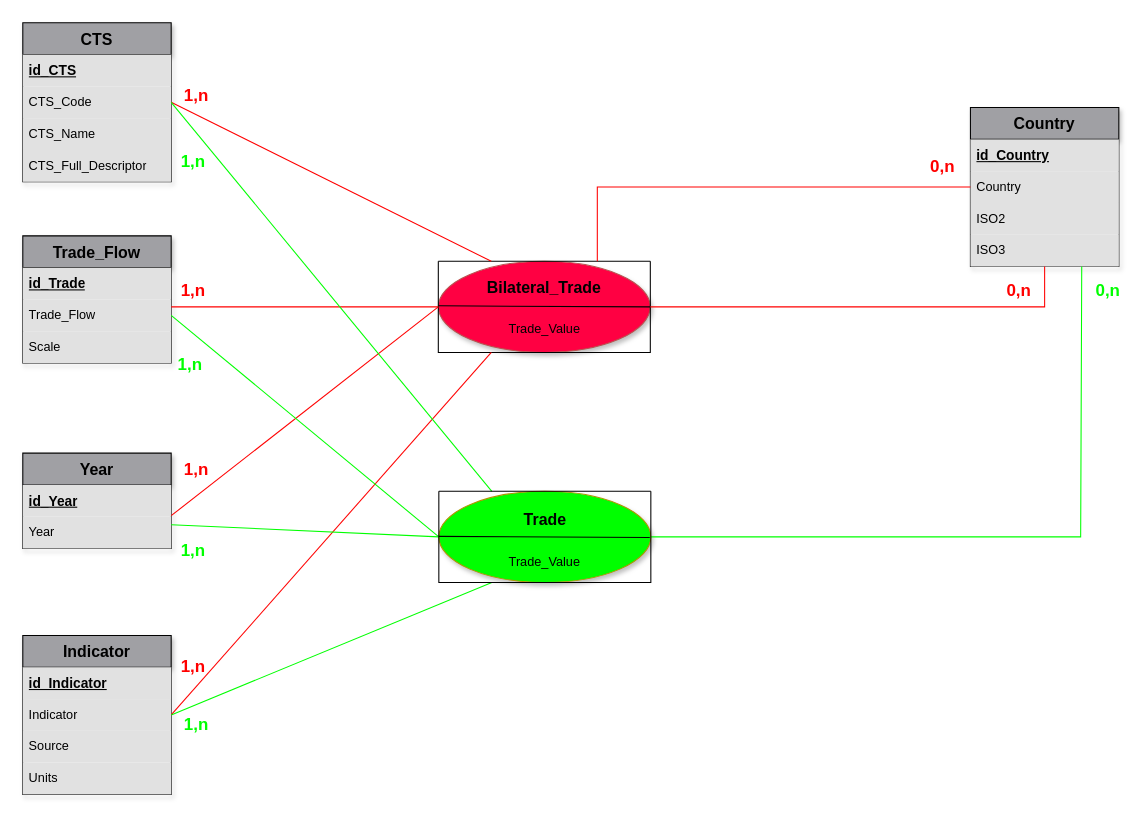
Earlier version of the draw.io diagram schema_ea/schema_EA_final.drawio (Darckens/SAE-S2.01). Source tidied: cells renumbered, new cells numbered last; positions are measured from the earlier drawing's top-left corner, leaving out a move shared by most shapes. Both pictures are drawn from the tidied source at 106%, with x=0, y=0 at pixel (22, 22).
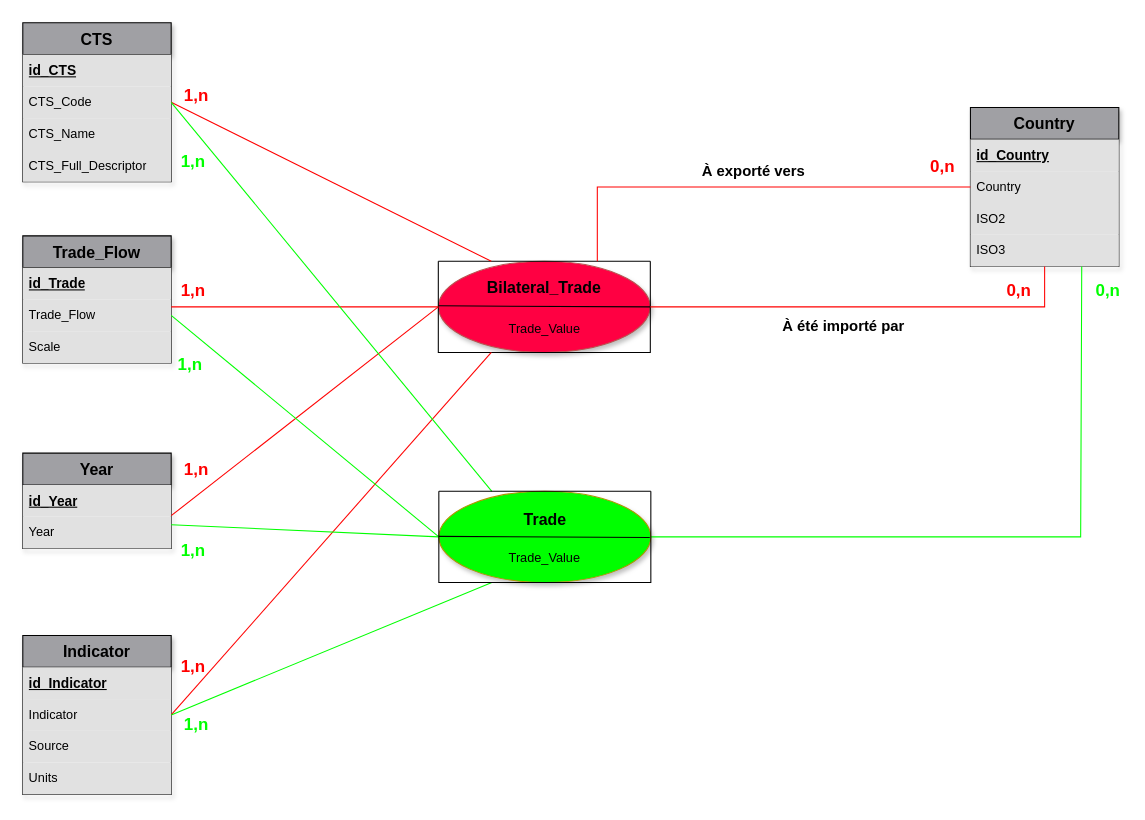
After the change.

Commit message (it also covers changes not shown here):
Mise à jour du schéma EA

Change to the diagram source:
```diff
@@
     <mxCell id="44" value="&lt;font&gt;Trade_Value&lt;/font&gt;" style="text;html=1;align=center;verticalAlign=middle;whiteSpace=wrap;rounded=0;" parent="1" vertex="1">
-      <mxGeometry x="456.5" y="494" width="71" height="30" as="geometry" />
+      <mxGeometry x="456.5" y="490" width="71" height="30" as="geometry" />
     </mxCell>
@@
+    <mxCell id="56" value="&lt;strong&gt;&lt;font style=&quot;font-size: 14px;&quot;&gt;&lt;span style=&quot;&quot; class=&quot;_fadeIn_m1hgl_8&quot;&gt;À&amp;nbsp;&lt;/span&gt;&lt;span style=&quot;&quot; class=&quot;_fadeIn_m1hgl_8&quot;&gt;exporté &lt;/span&gt;&lt;span style=&quot;&quot; class=&quot;_fadeIn_m1hgl_8&quot;&gt;vers&lt;/span&gt;&lt;/font&gt;&lt;/strong&gt;&lt;span class=&quot;_fadeIn_m1hgl_8&quot;&gt; &lt;/span&gt;" style="text;whiteSpace=wrap;html=1;" parent="1" vertex="1">
+      <mxGeometry x="639" y="125" width="101" height="27" as="geometry" />
+    </mxCell>
+    <mxCell id="57" value="&lt;font style=&quot;font-size: 14px;&quot;&gt;&lt;b&gt;&lt;span style=&quot;&quot; class=&quot;_fadeIn_m1hgl_8&quot;&gt;À&amp;nbsp;&lt;/span&gt;&lt;span style=&quot;&quot; class=&quot;_fadeIn_m1hgl_8&quot;&gt;été &lt;/span&gt;&lt;span style=&quot;&quot; class=&quot;_fadeIn_m1hgl_8&quot;&gt;importé &lt;/span&gt;&lt;span style=&quot;&quot; class=&quot;_fadeIn_m1hgl_8&quot;&gt;par&lt;/span&gt;&lt;/b&gt;&lt;/font&gt;" style="text;whiteSpace=wrap;html=1;" parent="1" vertex="1">
+      <mxGeometry x="715" y="271" width="130" height="30" as="geometry" />
+    </mxCell>
```
